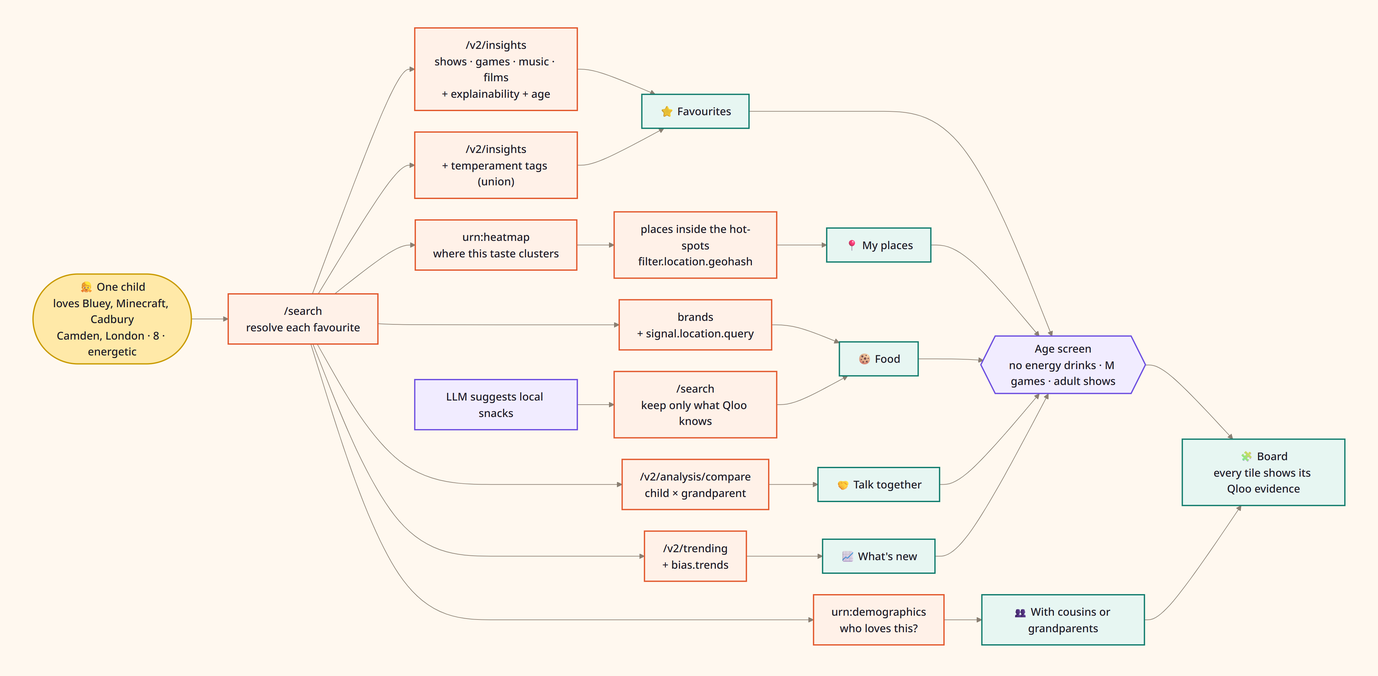
Above: docs/diagrams/qloo-flow.png in sonalverdtu/hometiles (Mermaid), before the change. Its source is kept beside it as docs/diagrams/qloo-flow.mmd. Its diagram source:
```mermaid
flowchart LR
  KID(["👧 One child<br/>loves Bluey, Minecraft, Cadbury<br/>Camden, London · 8 · energetic"])

  KID --> SEARCH["/search<br/>resolve each favourite"]
  SEARCH --> INS["/v2/insights<br/>shows · games · music · films<br/>+ explainability + age"]
  SEARCH --> TAGS["/v2/insights<br/>+ temperament tags (union)"]
  SEARCH --> HEAT["urn:heatmap<br/>where this taste clusters"]
  HEAT --> GEO["places inside the hot-spots<br/>filter.location.geohash"]
  SEARCH --> BRAND["brands<br/>+ signal.location.query"]
  AI["LLM suggests local snacks"] --> VERIFY["/search<br/>keep only what Qloo knows"]
  SEARCH --> CMP["/v2/analysis/compare<br/>child × grandparent"]
  SEARCH --> DEMO["urn:demographics<br/>who loves this?"]
  SEARCH --> TREND["/v2/trending<br/>+ bias.trends"]

  INS --> FAV["⭐ Favourites"]
  TAGS --> FAV
  GEO --> PLACES["📍 My places"]
  BRAND --> FOOD["🍪 Food"]
  VERIFY --> FOOD
  CMP --> TOG["🤝 Talk together"]
  DEMO --> WHO["👥 With cousins or grandparents"]
  TREND --> NEW["📈 What's new"]

  FAV & PLACES & FOOD & TOG & NEW --> SCREEN{{"Age screen<br/>no energy drinks · M games · adult shows"}}
  SCREEN --> BOARD["🧩 Board<br/>every tile shows its Qloo evidence"]
  WHO --> BOARD
```
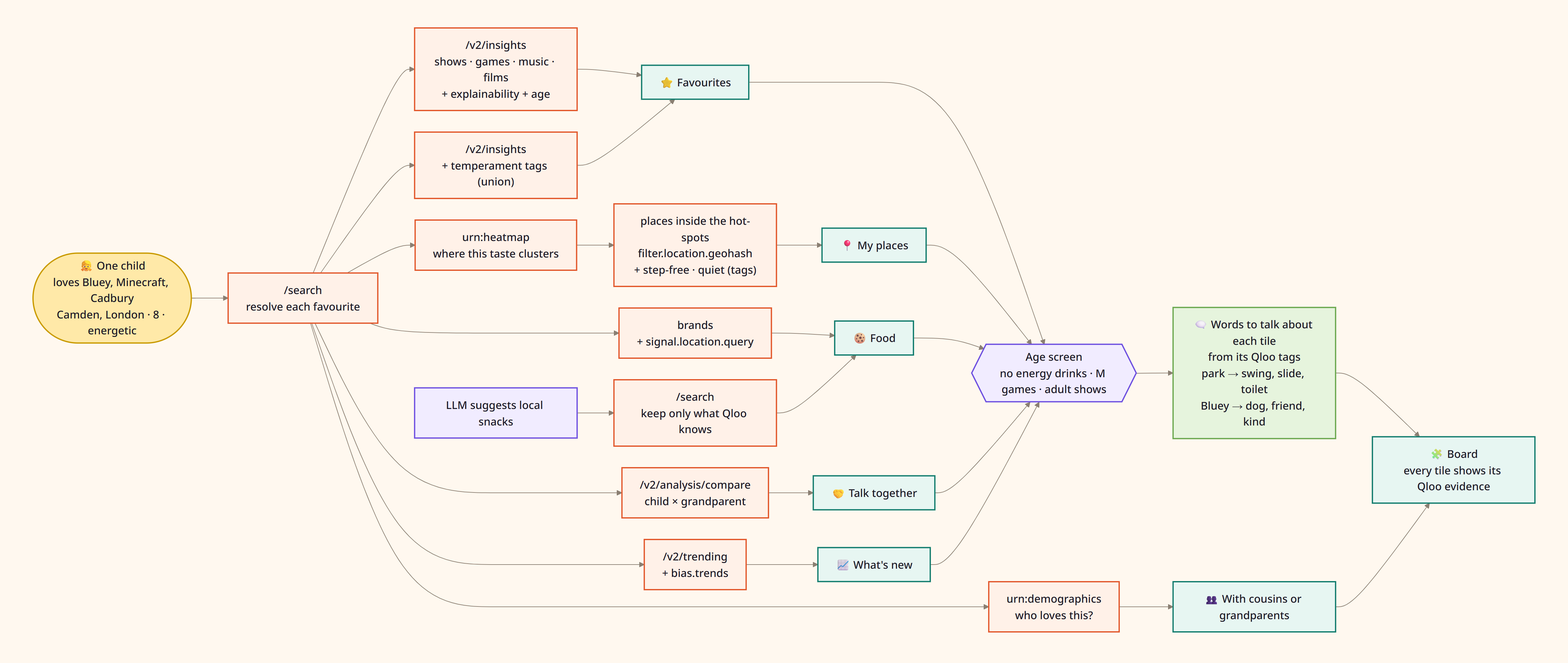
The same file after the commit.

Diff of the diagram source:
```diff
@@ -5,7 +5,7 @@
   SEARCH --> INS["/v2/insights<br/>shows · games · music · films<br/>+ explainability + age"]
   SEARCH --> TAGS["/v2/insights<br/>+ temperament tags (union)"]
   SEARCH --> HEAT["urn:heatmap<br/>where this taste clusters"]
-  HEAT --> GEO["places inside the hot-spots<br/>filter.location.geohash"]
+  HEAT --> GEO["places inside the hot-spots<br/>filter.location.geohash<br/>+ step-free · quiet (tags)"]
   SEARCH --> BRAND["brands<br/>+ signal.location.query"]
   AI["LLM suggests local snacks"] --> VERIFY["/search<br/>keep only what Qloo knows"]
   SEARCH --> CMP["/v2/analysis/compare<br/>child × grandparent"]
@@ -22,5 +22,6 @@
   TREND --> NEW["📈 What's new"]
 
   FAV & PLACES & FOOD & TOG & NEW --> SCREEN{{"Age screen<br/>no energy drinks · M games · adult shows"}}
-  SCREEN --> BOARD["🧩 Board<br/>every tile shows its Qloo evidence"]
+  SCREEN --> TALK["🗨️ Words to talk about each tile<br/>from its Qloo tags<br/>park → swing, slide, toilet<br/>Bluey → dog, friend, kind"]
+  TALK --> BOARD["🧩 Board<br/>every tile shows its Qloo evidence"]
   WHO --> BOARD
```
